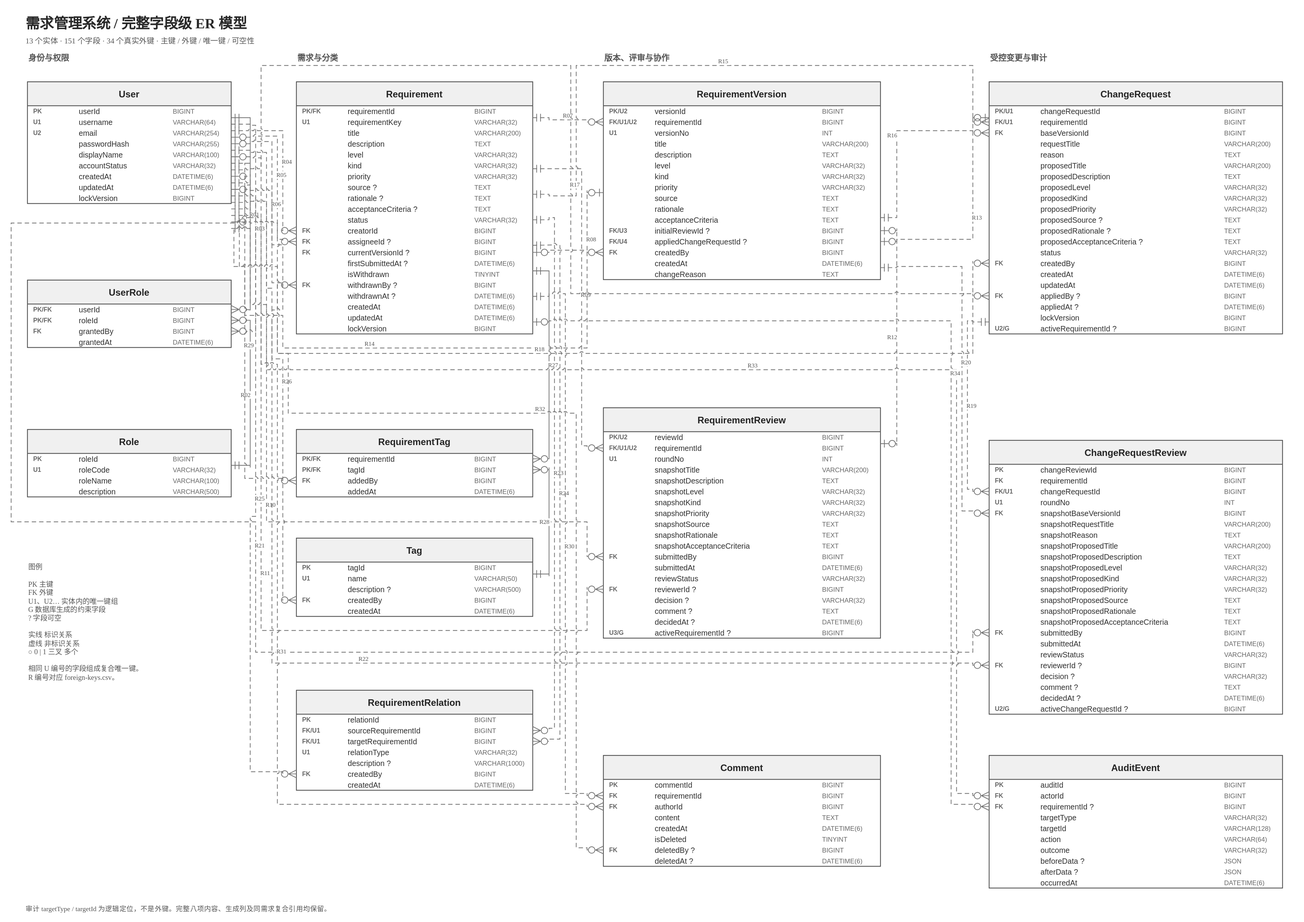
Before: docs/design/complete-er.svg, a diagram exported from draw.io (hechuxielianli/xjtu-rms-coursework). Source tidied: cells renumbered, new cells last; positions are measured from the earlier drawing's top-left corner, leaving out a move shared by most shapes.
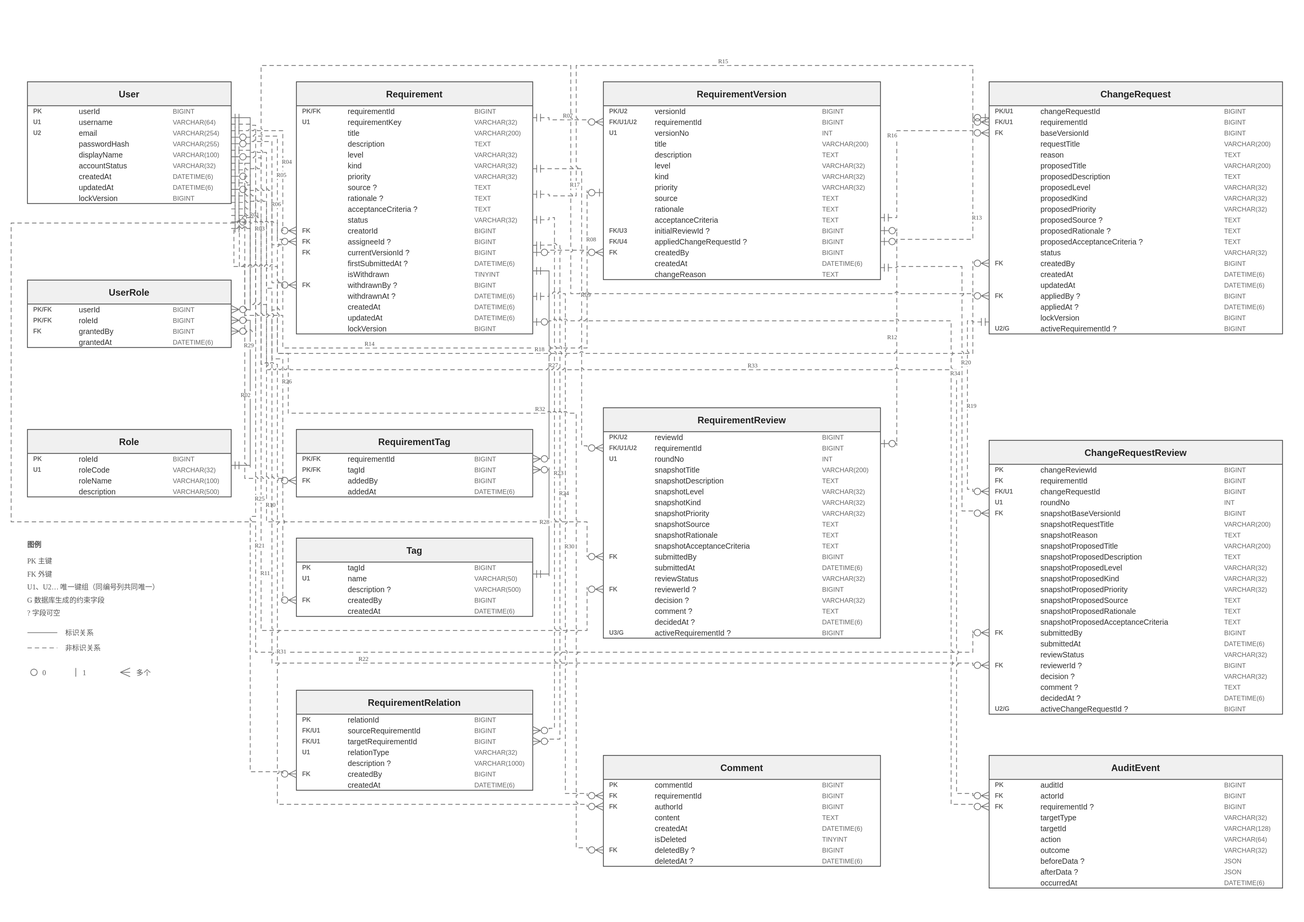
After the commit.

The edit, as a diff of the source:
```diff
@@ -5,24 +5,6 @@
     <mxCell id="2" style="rounded=0;strokeColor=none;fillColor=#FFFFFF;" parent="1" vertex="1">
       <mxGeometry width="2400" height="1697" as="geometry" />
     </mxCell>
-    <mxCell id="3" value="需求管理系统  /  完整字段级 ER 模型" style="text;html=0;strokeColor=none;fillColor=none;fontFamily=Microsoft YaHei;fontSize=26;fontStyle=1;fontColor=#292929;align=left;verticalAlign=middle;whiteSpace=wrap;overflow=hidden;" parent="1" vertex="1">
-      <mxGeometry x="45" y="20" width="2300" height="45" as="geometry" />
-    </mxCell>
-    <mxCell id="4" value="13 个实体 · 151 个字段 · 34 个真实外键 · 主键 / 外键 / 唯一键 / 可空性" style="text;html=0;strokeColor=none;fillColor=none;fontFamily=Microsoft YaHei;fontSize=14;fontStyle=0;fontColor=#555555;align=left;verticalAlign=middle;whiteSpace=wrap;overflow=hidden;" parent="1" vertex="1">
-      <mxGeometry x="45" y="63" width="2300" height="26" as="geometry" />
-    </mxCell>
-    <mxCell id="5" value="身份与权限" style="text;html=0;strokeColor=none;fillColor=none;fontFamily=Microsoft YaHei;fontSize=15;fontStyle=1;fontColor=#555555;align=left;verticalAlign=middle;whiteSpace=wrap;overflow=hidden;" parent="1" vertex="1">
-      <mxGeometry x="50" y="91" width="375" height="27" as="geometry" />
-    </mxCell>
-    <mxCell id="6" value="需求与分类" style="text;html=0;strokeColor=none;fillColor=none;fontFamily=Microsoft YaHei;fontSize=15;fontStyle=1;fontColor=#555555;align=left;verticalAlign=middle;whiteSpace=wrap;overflow=hidden;" parent="1" vertex="1">
-      <mxGeometry x="545" y="91" width="435" height="27" as="geometry" />
-    </mxCell>
-    <mxCell id="7" value="版本、评审与协作" style="text;html=0;strokeColor=none;fillColor=none;fontFamily=Microsoft YaHei;fontSize=15;fontStyle=1;fontColor=#555555;align=left;verticalAlign=middle;whiteSpace=wrap;overflow=hidden;" parent="1" vertex="1">
-      <mxGeometry x="1110" y="91" width="510" height="27" as="geometry" />
-    </mxCell>
-    <mxCell id="8" value="受控变更与审计" style="text;html=0;strokeColor=none;fillColor=none;fontFamily=Microsoft YaHei;fontSize=15;fontStyle=1;fontColor=#555555;align=left;verticalAlign=middle;whiteSpace=wrap;overflow=hidden;" parent="1" vertex="1">
-      <mxGeometry x="1820" y="91" width="540" height="27" as="geometry" />
-    </mxCell>
     <mxCell id="9" value="User" style="swimlane;html=0;startSize=44;horizontal=1;rounded=0;shadow=0;fillColor=#F0F0F0;swimlaneFillColor=#FFFFFF;strokeColor=#454545;strokeWidth=1.4;fontFamily=Arial;fontSize=17;fontStyle=1;fontColor=#242424;align=center;verticalAlign=middle;swimlaneLine=1;" parent="1" vertex="1">
       <mxGeometry x="50" y="150" width="375" height="224" as="geometry" />
     </mxCell>
@@ -1846,11 +1828,77 @@
         </Array>
       </mxGeometry>
     </mxCell>
-    <mxCell id="509" value="图例&#10;&#10;PK  主键&#10;FK  外键&#10;U1、U2…  实体内的唯一键组&#10;G  数据库生成的约束字段&#10;?  字段可空&#10;&#10;实线  标识关系&#10;虚线  非标识关系&#10;○  0    |  1    三叉  多个&#10;&#10;相同 U 编号的字段组成复合唯一键。&#10;R 编号对应 foreign-keys.csv。" style="text;html=0;strokeColor=none;fillColor=none;fontFamily=Microsoft YaHei;fontSize=13;fontStyle=0;fontColor=#555555;align=left;verticalAlign=middle;whiteSpace=wrap;overflow=hidden;" parent="1" vertex="1">
-      <mxGeometry x="50" y="990" width="375" height="310" as="geometry" />
-    </mxCell>
-    <mxCell id="510" value="审计 targetType / targetId 为逻辑定位，不是外键。完整八项内容、生成列及同需求复合引用均保留。" style="text;html=0;strokeColor=none;fillColor=none;fontFamily=Microsoft YaHei;fontSize=12.5;fontStyle=0;fontColor=#555555;align=left;verticalAlign=middle;whiteSpace=wrap;overflow=hidden;" parent="1" vertex="1">
-      <mxGeometry x="45" y="1661" width="2310" height="24" as="geometry" />
-    </mxCell>
+    <mxCell id="511" value="图例" style="text;html=0;strokeColor=none;fillColor=none;fontFamily=Microsoft YaHei;fontSize=13;fontStyle=1;fontColor=#555555;align=left;verticalAlign=middle;whiteSpace=wrap;overflow=hidden;spacing=0;" parent="1" vertex="1">
+      <mxGeometry x="50" y="990" width="375" height="24" as="geometry" />
+    </mxCell>
+    <mxCell id="512" value="PK  主键" style="text;html=0;strokeColor=none;fillColor=none;fontFamily=Microsoft YaHei;fontSize=13;fontStyle=0;fontColor=#555555;align=left;verticalAlign=middle;whiteSpace=wrap;overflow=hidden;spacing=0;" parent="1" vertex="1">
+      <mxGeometry x="50" y="1020" width="375" height="24" as="geometry" />
+    </mxCell>
+    <mxCell id="513" value="FK  外键" style="text;html=0;strokeColor=none;fillColor=none;fontFamily=Microsoft YaHei;fontSize=13;fontStyle=0;fontColor=#555555;align=left;verticalAlign=middle;whiteSpace=wrap;overflow=hidden;spacing=0;" parent="1" vertex="1">
+      <mxGeometry x="50" y="1044" width="375" height="24" as="geometry" />
+    </mxCell>
+    <mxCell id="514" value="U1、U2…  唯一键组（同编号列共同唯一）" style="text;html=0;strokeColor=none;fillColor=none;fontFamily=Microsoft YaHei;fontSize=13;fontStyle=0;fontColor=#555555;align=left;verticalAlign=middle;whiteSpace=wrap;overflow=hidden;spacing=0;" parent="1" vertex="1">
+      <mxGeometry x="50" y="1068" width="375" height="24" as="geometry" />
+    </mxCell>
+    <mxCell id="515" value="G  数据库生成的约束字段" style="text;html=0;strokeColor=none;fillColor=none;fontFamily=Microsoft YaHei;fontSize=13;fontStyle=0;fontColor=#555555;align=left;verticalAlign=middle;whiteSpace=wrap;overflow=hidden;spacing=0;" parent="1" vertex="1">
+      <mxGeometry x="50" y="1092" width="375" height="24" as="geometry" />
+    </mxCell>
+    <mxCell id="516" value="?  字段可空" style="text;html=0;strokeColor=none;fillColor=none;fontFamily=Microsoft YaHei;fontSize=13;fontStyle=0;fontColor=#555555;align=left;verticalAlign=middle;whiteSpace=wrap;overflow=hidden;spacing=0;" parent="1" vertex="1">
+      <mxGeometry x="50" y="1116" width="375" height="24" as="geometry" />
+    </mxCell>
+    <mxCell id="517" style="endArrow=none;startArrow=none;html=0;strokeColor=#737373;strokeWidth=1.35;rounded=0;" parent="1" edge="1">
+      <mxGeometry relative="1" as="geometry">
+        <mxPoint x="50" y="1164" as="sourcePoint" />
+        <mxPoint x="105" y="1164" as="targetPoint" />
+      </mxGeometry>
+    </mxCell>
+    <mxCell id="518" value="标识关系" style="text;html=0;strokeColor=none;fillColor=none;fontFamily=Microsoft YaHei;fontSize=13;fontStyle=0;fontColor=#555555;align=left;verticalAlign=middle;whiteSpace=wrap;overflow=hidden;spacing=0;" parent="1" vertex="1">
+      <mxGeometry x="120" y="1152" width="305" height="24" as="geometry" />
+    </mxCell>
+    <mxCell id="519" style="endArrow=none;startArrow=none;html=0;strokeColor=#737373;strokeWidth=1.35;rounded=0;dashed=1;dashPattern=6 4;" parent="1" edge="1">
+      <mxGeometry relative="1" as="geometry">
+        <mxPoint x="50" y="1192" as="sourcePoint" />
+        <mxPoint x="105" y="1192" as="targetPoint" />
+      </mxGeometry>
+    </mxCell>
+    <mxCell id="520" value="非标识关系" style="text;html=0;strokeColor=none;fillColor=none;fontFamily=Microsoft YaHei;fontSize=13;fontStyle=0;fontColor=#555555;align=left;verticalAlign=middle;whiteSpace=wrap;overflow=hidden;spacing=0;" parent="1" vertex="1">
+      <mxGeometry x="120" y="1180" width="305" height="24" as="geometry" />
+    </mxCell>
+    <mxCell id="521" style="ellipse;html=0;fillColor=none;strokeColor=#737373;strokeWidth=1.35;" parent="1" vertex="1">
+      <mxGeometry x="56" y="1231" width="12" height="12" as="geometry" />
+    </mxCell>
+    <mxCell id="522" value="0" style="text;html=0;strokeColor=none;fillColor=none;fontFamily=Microsoft YaHei;fontSize=13;fontStyle=0;fontColor=#555555;align=left;verticalAlign=middle;whiteSpace=wrap;overflow=hidden;spacing=0;" parent="1" vertex="1">
+      <mxGeometry x="78" y="1226" width="25" height="24" as="geometry" />
+    </mxCell>
+    <mxCell id="523" style="endArrow=none;startArrow=none;html=0;strokeColor=#737373;strokeWidth=1.35;rounded=0;" parent="1" edge="1">
+      <mxGeometry relative="1" as="geometry">
+        <mxPoint x="139" y="1229" as="sourcePoint" />
+        <mxPoint x="139" y="1245" as="targetPoint" />
+      </mxGeometry>
+    </mxCell>
+    <mxCell id="524" value="1" style="text;html=0;strokeColor=none;fillColor=none;fontFamily=Microsoft YaHei;fontSize=13;fontStyle=0;fontColor=#555555;align=left;verticalAlign=middle;whiteSpace=wrap;overflow=hidden;spacing=0;" parent="1" vertex="1">
+      <mxGeometry x="152" y="1226" width="25" height="24" as="geometry" />
+    </mxCell>
+    <mxCell id="525" style="endArrow=none;startArrow=none;html=0;strokeColor=#737373;strokeWidth=1.35;rounded=0;" parent="1" edge="1">
+      <mxGeometry relative="1" as="geometry">
+        <mxPoint x="221" y="1237" as="sourcePoint" />
+        <mxPoint x="239" y="1229" as="targetPoint" />
+      </mxGeometry>
+    </mxCell>
+    <mxCell id="526" style="endArrow=none;startArrow=none;html=0;strokeColor=#737373;strokeWidth=1.35;rounded=0;" parent="1" edge="1">
+      <mxGeometry relative="1" as="geometry">
+        <mxPoint x="221" y="1237" as="sourcePoint" />
+        <mxPoint x="239" y="1237" as="targetPoint" />
+      </mxGeometry>
+    </mxCell>
+    <mxCell id="527" style="endArrow=none;startArrow=none;html=0;strokeColor=#737373;strokeWidth=1.35;rounded=0;" parent="1" edge="1">
+      <mxGeometry relative="1" as="geometry">
+        <mxPoint x="221" y="1237" as="sourcePoint" />
+        <mxPoint x="239" y="1245" as="targetPoint" />
+      </mxGeometry>
+    </mxCell>
+    <mxCell id="528" value="多个" style="text;html=0;strokeColor=none;fillColor=none;fontFamily=Microsoft YaHei;fontSize=13;fontStyle=0;fontColor=#555555;align=left;verticalAlign=middle;whiteSpace=wrap;overflow=hidden;spacing=0;" parent="1" vertex="1">
+      <mxGeometry x="251" y="1226" width="174" height="24" as="geometry" />
+    </mxCell>
   </root>
 </mxGraphModel>
```
